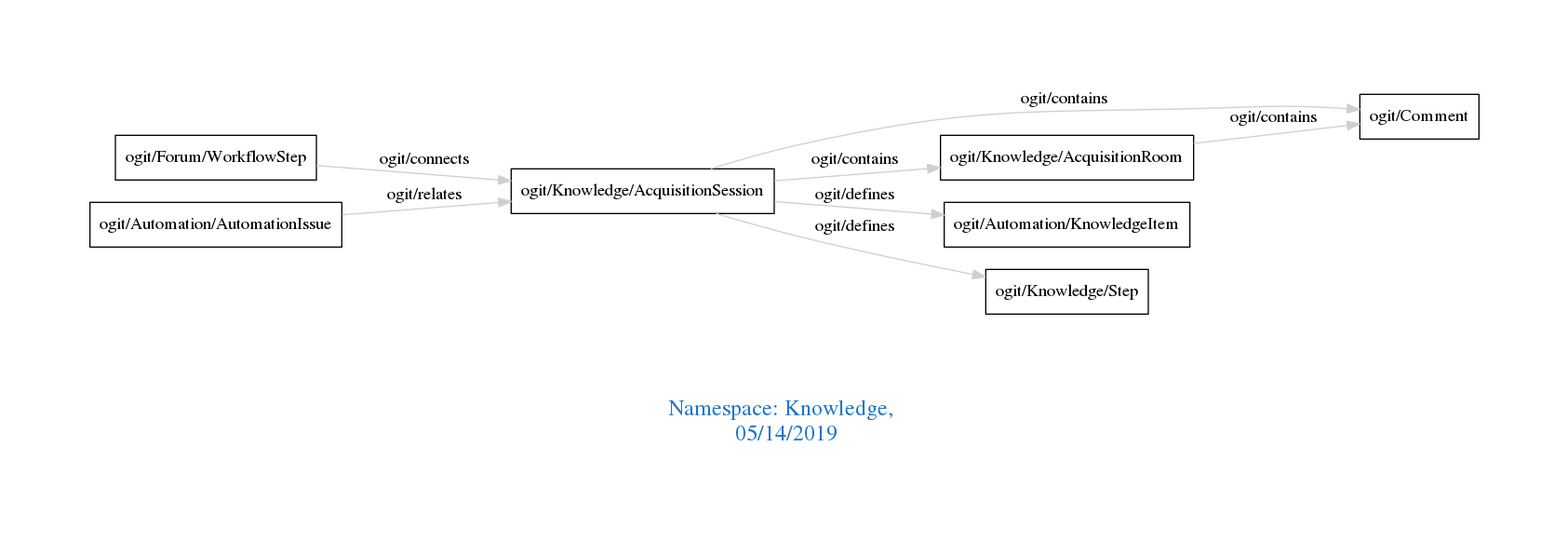
arago/OGIT keeps this Graphviz diagram as downloads/Knowledge.png. Above is the earlier version. Its source is kept beside it as downloads/Knowledge.dot. The source it was exported from:
```dot
digraph OGIT_ontology {
 graph [ rankdir= LR,pad=1
fontsize = 18,
fontcolor= dodgerblue3,label = "\n\n\nNamespace: Knowledge, \n 05/14/2019"];
node[shape=polygon];
edge [  color="gray81"];

   "ogit/Knowledge/AcquisitionRoom" -> "ogit/Comment" [label="   ogit/contains    "];
   "ogit/Knowledge/AcquisitionSession" -> "ogit/Comment" [label="   ogit/contains    "];
   "ogit/Knowledge/AcquisitionSession" -> "ogit/Knowledge/AcquisitionRoom" [label="   ogit/contains    "];
   "ogit/Knowledge/AcquisitionSession" -> "ogit/Automation/KnowledgeItem" [label="   ogit/defines    "];
   "ogit/Knowledge/AcquisitionSession" -> "ogit/Knowledge/Step" [label="   ogit/defines    "];
   "ogit/Forum/WorkflowStep" -> "ogit/Knowledge/AcquisitionSession" [label="   ogit/connects    "];
   "ogit/Automation/AutomationIssue" -> "ogit/Knowledge/AcquisitionSession" [label="   ogit/relates    "];
}
```
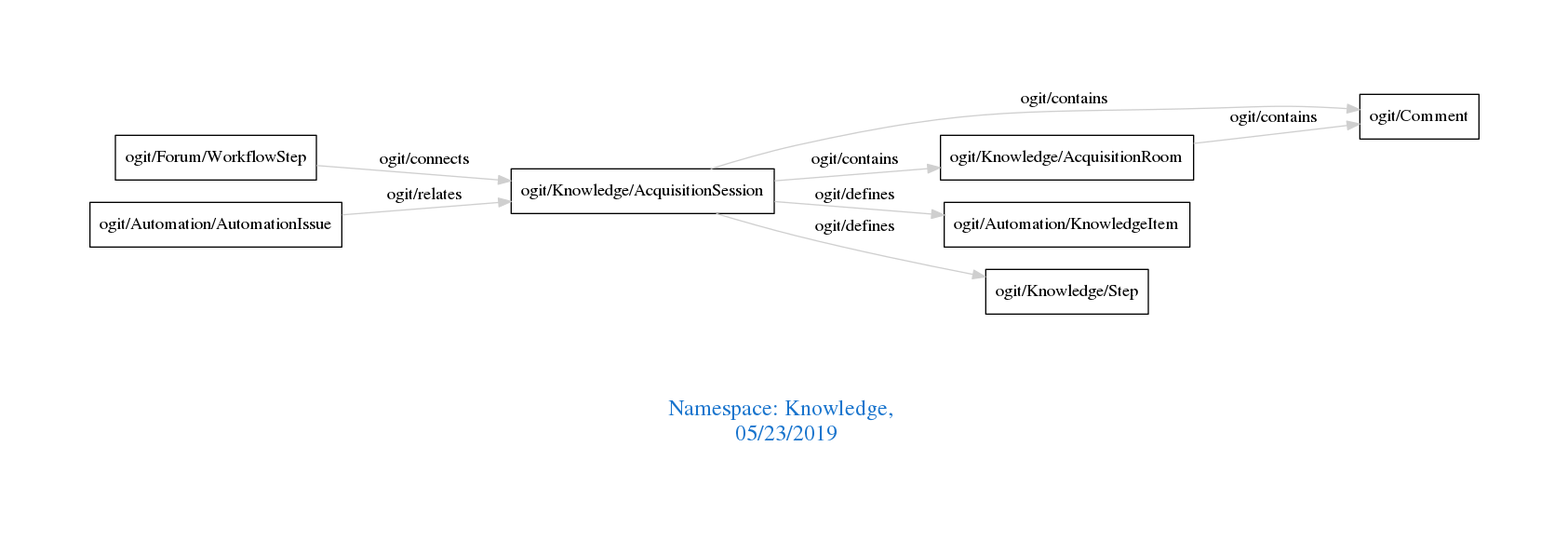
After the change.

Change to the diagram source:
```diff
@@ -1,7 +1,7 @@
 digraph OGIT_ontology {
  graph [ rankdir= LR,pad=1
 fontsize = 18,
-fontcolor= dodgerblue3,label = "\n\n\nNamespace: Knowledge, \n 05/14/2019"];
+fontcolor= dodgerblue3,label = "\n\n\nNamespace: Knowledge, \n 05/23/2019"];
 node[shape=polygon];
 edge [  color="gray81"];
 
```
